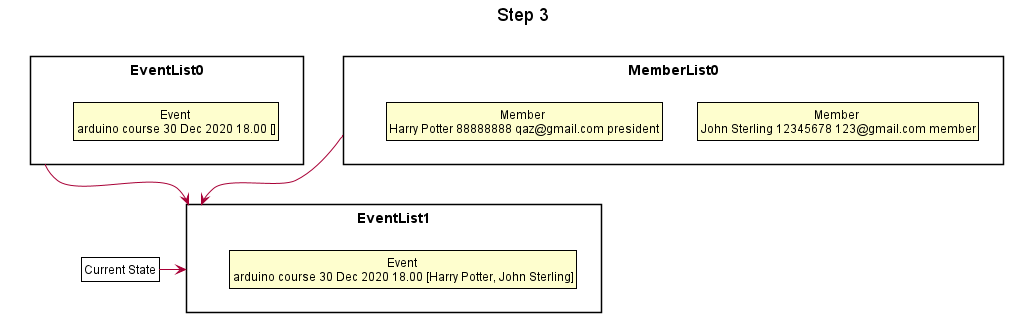
nus-cs2113-AY2021S1/tp keeps this PlantUML diagram as docs/EventDiagram/EventSteps/7Step3.png. Above is the earlier version. Its diagram source:
```plantuml
@startuml





skinparam BackgroundColor #FFFFFFF

skinparam Shadowing false

skinparam Class {
    FontColor #FFFFFF
    BorderThickness 1
    BorderColor #FFFFFF
    StereotypeFontColor #FFFFFF
    FontName Arial
}

skinparam Actor {
    BorderColor #000000
    Color #000000
    FontName Arial
}

skinparam Sequence {
    MessageAlign center
    BoxFontSize 15
    BoxPadding 0
    BoxFontColor #FFFFFF
    FontName Arial
}

skinparam Participant {
    FontColor #FFFFFFF
    Padding 20
}

skinparam MinClassWidth 50
skinparam ParticipantPadding 10
skinparam Shadowing false
skinparam DefaultTextAlignment center
skinparam packageStyle Rectangle

hide footbox
hide members
hide circle
skinparam ClassFontColor #000000
skinparam ClassBorderColor #000000

title Step 3

package EventList0 {
    class State1 as "Event \narduino course 30 Dec 2020 18.00 []"
}

package EventList1 {
    class State4 as "Event \narduino course 30 Dec 2020 18.00 [Harry Potter, John Sterling]"
}

package MemberList0 {
    class State2 as "Member \nJohn Sterling 12345678 123@gmail.com member"
    class State3 as "Member \nHarry Potter 88888888 qaz@gmail.com president"
}

EventList0 -->EventList1
MemberList0 -->EventList1

class Pointer as "Current State" #FFFFF
Pointer -right-> EventList1

@enduml
```
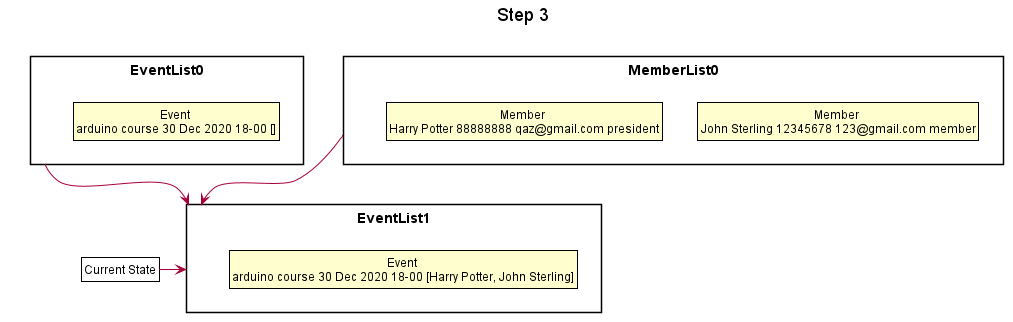
After the change.

Change to the diagram source:
```diff
@@ -50,11 +50,11 @@
 title Step 3
 
 package EventList0 {
-    class State1 as "Event \narduino course 30 Dec 2020 18.00 []"
+    class State1 as "Event \narduino course 30 Dec 2020 18-00 []"
 }
 
 package EventList1 {
-    class State4 as "Event \narduino course 30 Dec 2020 18.00 [Harry Potter, John Sterling]"
+    class State4 as "Event \narduino course 30 Dec 2020 18-00 [Harry Potter, John Sterling]"
 }
 
 package MemberList0 {
```
